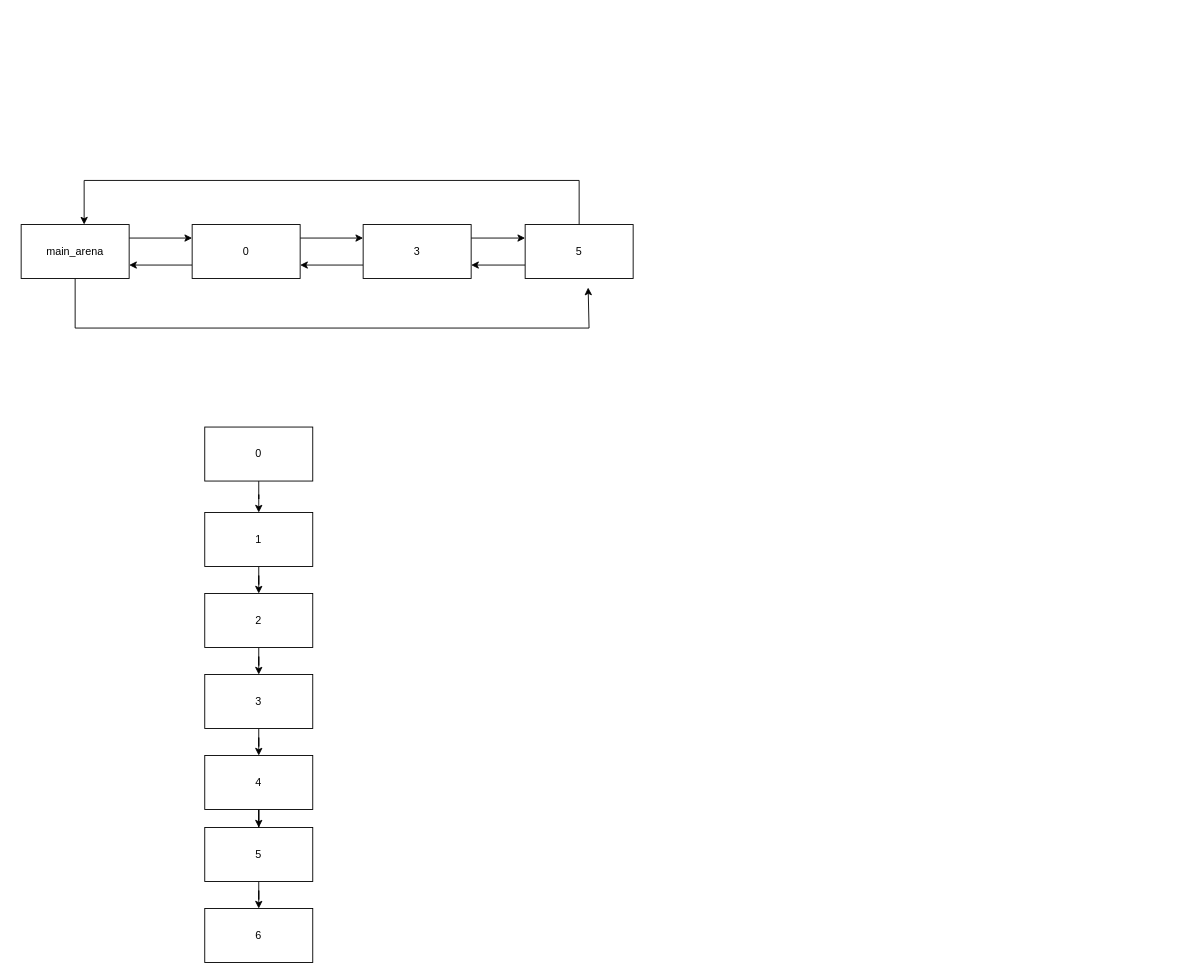
The draw.io diagram page "第 1 页" (1 of 2) of 未命名绘图.drawio in ch0en3/class-ring, before the edit. Source tidied: cells renumbered, new cells numbered last; positions are measured from the earlier drawing's top-left corner, leaving out a move shared by most shapes. Both pictures are drawn from the tidied source at 90%, with x=0, y=0 at pixel (21, 180).
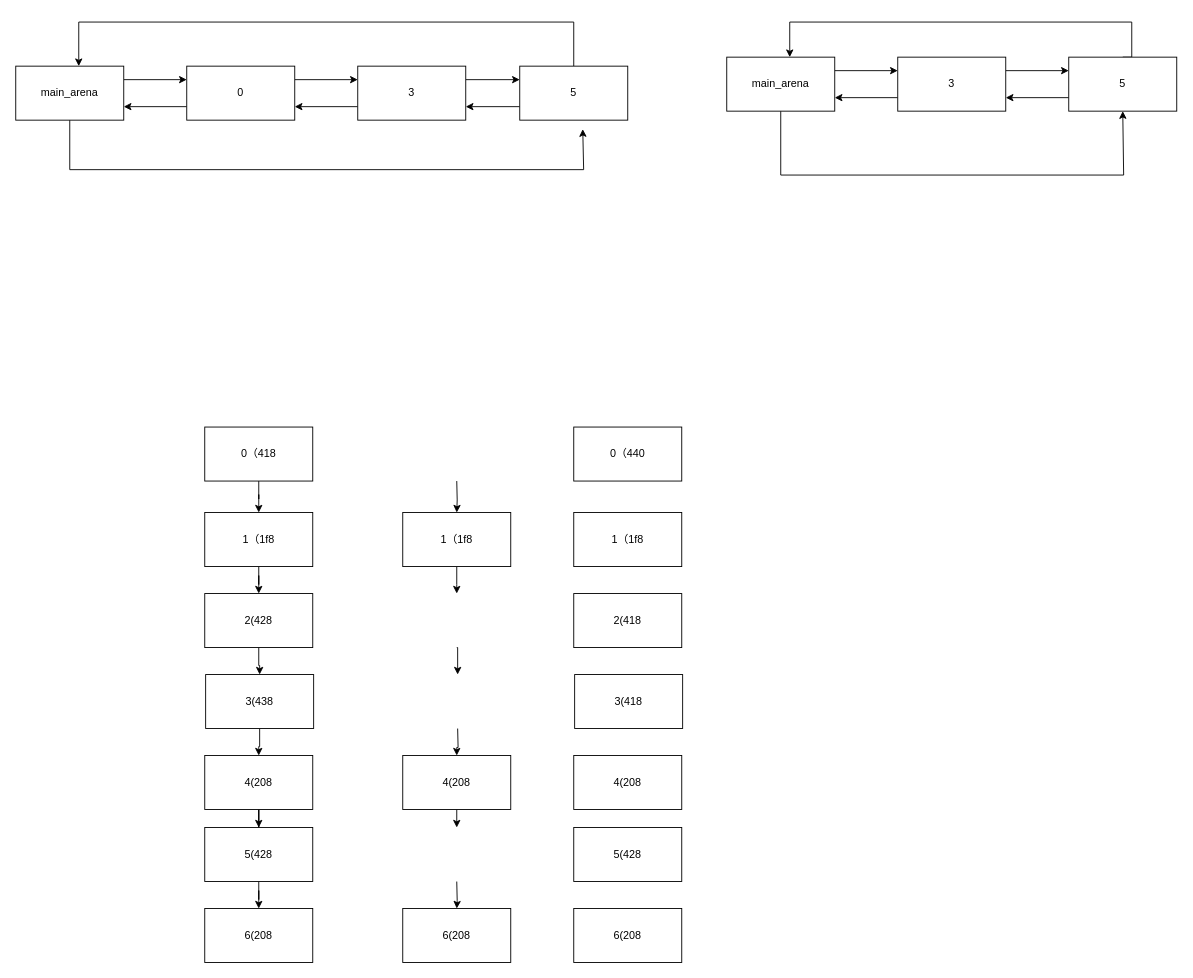
After the change.

Commit message:
更新未命名绘图.drawio

Diff of the diagram source:
```diff
@@
     <mxCell id="3" style="edgeStyle=orthogonalEdgeStyle;rounded=0;jettySize=auto;html=1;exitX=0.5;exitY=0;exitDx=0;exitDy=0;" parent="1" edge="1" source="4" target="13">
       <mxGeometry relative="1" as="geometry">
         <Array as="points">
-          <mxPoint x="620" />
-          <mxPoint x="70" />
+          <mxPoint x="614" y="-176" />
+          <mxPoint x="64" y="-176" />
         </Array>
       </mxGeometry>
     </mxCell>
     <mxCell id="4" value="5" style="rounded=0;whiteSpace=wrap;html=1;" parent="1" vertex="1">
-      <mxGeometry x="560" y="49" width="120" height="60" as="geometry" />
+      <mxGeometry x="554" y="-127" width="120" height="60" as="geometry" />
     </mxCell>
@@
     <mxCell id="7" value="3" style="rounded=0;whiteSpace=wrap;html=1;" parent="1" vertex="1">
-      <mxGeometry x="380" y="49" width="120" height="60" as="geometry" />
+      <mxGeometry x="374" y="-127" width="120" height="60" as="geometry" />
     </mxCell>
@@
     <mxCell id="10" value="0" style="rounded=0;whiteSpace=wrap;html=1;" parent="1" vertex="1">
-      <mxGeometry x="190" y="49" width="120" height="60" as="geometry" />
+      <mxGeometry x="184" y="-127" width="120" height="60" as="geometry" />
     </mxCell>
@@
     <mxCell id="12" style="edgeStyle=orthogonalEdgeStyle;rounded=0;jettySize=auto;html=1;exitX=0.5;exitY=1;exitDx=0;exitDy=0;" parent="1" edge="1" source="13">
       <mxGeometry relative="1" as="geometry">
-        <mxPoint x="630" y="119" as="targetPoint" />
+        <mxPoint x="624" y="-57" as="targetPoint" />
         <Array as="points">
-          <mxPoint x="60" y="164" />
-          <mxPoint x="631" y="164" />
+          <mxPoint x="54" y="-12" />
+          <mxPoint x="625" y="-12" />
         </Array>
       </mxGeometry>
     </mxCell>
     <mxCell id="13" value="main_arena" style="rounded=0;whiteSpace=wrap;html=1;" parent="1" vertex="1">
-      <mxGeometry y="49" width="120" height="60" as="geometry" />
+      <mxGeometry x="-6" y="-127" width="120" height="60" as="geometry" />
     </mxCell>
@@
-    <mxCell id="15" value="0" style="rounded=0;whiteSpace=wrap;html=1;" parent="1" vertex="1">
+    <mxCell id="15" value="0（418" style="rounded=0;whiteSpace=wrap;html=1;" parent="1" vertex="1">
       <mxGeometry x="204" y="274" width="120" height="60" as="geometry" />
     </mxCell>
@@
-    <mxCell id="17" value="1" style="rounded=0;whiteSpace=wrap;html=1;" parent="1" vertex="1">
+    <mxCell id="17" value="1（1f8" style="rounded=0;whiteSpace=wrap;html=1;" parent="1" vertex="1">
       <mxGeometry x="204" y="369" width="120" height="60" as="geometry" />
     </mxCell>
@@
-    <mxCell id="19" value="2" style="rounded=0;whiteSpace=wrap;html=1;" parent="1" vertex="1">
+    <mxCell id="19" value="2(428" style="rounded=0;whiteSpace=wrap;html=1;" parent="1" vertex="1">
       <mxGeometry x="204" y="459" width="120" height="60" as="geometry" />
     </mxCell>
@@
-    <mxCell id="21" value="3" style="rounded=0;whiteSpace=wrap;html=1;" parent="1" vertex="1">
-      <mxGeometry x="204" y="549" width="120" height="60" as="geometry" />
+    <mxCell id="21" value="3(438" style="rounded=0;whiteSpace=wrap;html=1;" parent="1" vertex="1">
+      <mxGeometry x="205" y="549" width="120" height="60" as="geometry" />
     </mxCell>
@@
-    <mxCell id="23" value="4" style="rounded=0;whiteSpace=wrap;html=1;" parent="1" vertex="1">
+    <mxCell id="23" value="4(208" style="rounded=0;whiteSpace=wrap;html=1;" parent="1" vertex="1">
       <mxGeometry x="204" y="639" width="120" height="60" as="geometry" />
     </mxCell>
@@
-    <mxCell id="25" value="5" style="rounded=0;whiteSpace=wrap;html=1;" parent="1" vertex="1">
+    <mxCell id="25" value="5(428" style="rounded=0;whiteSpace=wrap;html=1;" parent="1" vertex="1">
       <mxGeometry x="204" y="719" width="120" height="60" as="geometry" />
     </mxCell>
-    <mxCell id="26" value="6" style="rounded=0;whiteSpace=wrap;html=1;" parent="1" vertex="1">
+    <mxCell id="26" value="6(208" style="rounded=0;whiteSpace=wrap;html=1;" parent="1" vertex="1">
       <mxGeometry x="204" y="809" width="120" height="60" as="geometry" />
     </mxCell>
+    <mxCell id="27" style="edgeStyle=orthogonalEdgeStyle;rounded=0;jettySize=auto;html=1;exitX=0.5;exitY=1;exitDx=0;exitDy=0;" parent="1" edge="1" target="29">
+      <mxGeometry relative="1" as="geometry">
+        <mxPoint x="484" y="334" as="sourcePoint" />
+      </mxGeometry>
+    </mxCell>
+    <mxCell id="28" style="edgeStyle=orthogonalEdgeStyle;rounded=0;jettySize=auto;html=1;entryX=0.5;entryY=0;entryDx=0;entryDy=0;" parent="1" edge="1" source="29">
+      <mxGeometry relative="1" as="geometry">
+        <mxPoint x="484" y="459" as="targetPoint" />
+      </mxGeometry>
+    </mxCell>
+    <mxCell id="29" value="1（1f8" style="rounded=0;whiteSpace=wrap;html=1;" parent="1" vertex="1">
+      <mxGeometry x="424" y="369" width="120" height="60" as="geometry" />
+    </mxCell>
+    <mxCell id="30" style="edgeStyle=orthogonalEdgeStyle;rounded=0;orthogonalLoop=1;jettySize=auto;html=1;exitX=0.5;exitY=1;exitDx=0;exitDy=0;" parent="1" edge="1">
+      <mxGeometry relative="1" as="geometry">
+        <mxPoint x="484" y="519" as="sourcePoint" />
+        <mxPoint x="485" y="549" as="targetPoint" />
+      </mxGeometry>
+    </mxCell>
+    <mxCell id="31" style="edgeStyle=orthogonalEdgeStyle;rounded=0;jettySize=auto;html=1;" parent="1" edge="1" target="33">
+      <mxGeometry relative="1" as="geometry">
+        <mxPoint x="485" y="609" as="sourcePoint" />
+      </mxGeometry>
+    </mxCell>
+    <mxCell id="32" style="edgeStyle=orthogonalEdgeStyle;rounded=0;jettySize=auto;html=1;exitX=0.5;exitY=1;exitDx=0;exitDy=0;" parent="1" edge="1" source="33">
+      <mxGeometry relative="1" as="geometry">
+        <mxPoint x="484" y="719" as="targetPoint" />
+      </mxGeometry>
+    </mxCell>
+    <mxCell id="33" value="4(208" style="rounded=0;whiteSpace=wrap;html=1;" parent="1" vertex="1">
+      <mxGeometry x="424" y="639" width="120" height="60" as="geometry" />
+    </mxCell>
+    <mxCell id="34" style="edgeStyle=orthogonalEdgeStyle;rounded=0;jettySize=auto;html=1;" parent="1" edge="1" target="35">
+      <mxGeometry relative="1" as="geometry">
+        <mxPoint x="484" y="779" as="sourcePoint" />
+      </mxGeometry>
+    </mxCell>
+    <mxCell id="35" value="6(208" style="rounded=0;whiteSpace=wrap;html=1;" parent="1" vertex="1">
+      <mxGeometry x="424" y="809" width="120" height="60" as="geometry" />
+    </mxCell>
+    <mxCell id="36" value="0（440" style="rounded=0;whiteSpace=wrap;html=1;" parent="1" vertex="1">
+      <mxGeometry x="614" y="274" width="120" height="60" as="geometry" />
+    </mxCell>
+    <mxCell id="37" value="1（1f8" style="rounded=0;whiteSpace=wrap;html=1;" parent="1" vertex="1">
+      <mxGeometry x="614" y="369" width="120" height="60" as="geometry" />
+    </mxCell>
+    <mxCell id="38" value="2(418" style="rounded=0;whiteSpace=wrap;html=1;" parent="1" vertex="1">
+      <mxGeometry x="614" y="459" width="120" height="60" as="geometry" />
+    </mxCell>
+    <mxCell id="39" value="3(418" style="rounded=0;whiteSpace=wrap;html=1;" parent="1" vertex="1">
+      <mxGeometry x="615" y="549" width="120" height="60" as="geometry" />
+    </mxCell>
+    <mxCell id="40" value="4(208" style="rounded=0;whiteSpace=wrap;html=1;" parent="1" vertex="1">
+      <mxGeometry x="614" y="639" width="120" height="60" as="geometry" />
+    </mxCell>
+    <mxCell id="41" value="5(428" style="rounded=0;whiteSpace=wrap;html=1;" parent="1" vertex="1">
+      <mxGeometry x="614" y="719" width="120" height="60" as="geometry" />
+    </mxCell>
+    <mxCell id="42" value="6(208" style="rounded=0;whiteSpace=wrap;html=1;" parent="1" vertex="1">
+      <mxGeometry x="614" y="809" width="120" height="60" as="geometry" />
+    </mxCell>
+    <mxCell id="43" style="edgeStyle=orthogonalEdgeStyle;rounded=0;jettySize=auto;html=1;exitX=0.5;exitY=0;exitDx=0;exitDy=0;" parent="1" edge="1" source="45" target="51">
+      <mxGeometry relative="1" as="geometry">
+        <Array as="points">
+          <mxPoint x="1234" y="-137" />
+          <mxPoint x="1234" y="-176" />
+          <mxPoint x="854" y="-176" />
+        </Array>
+      </mxGeometry>
+    </mxCell>
+    <mxCell id="44" style="edgeStyle=orthogonalEdgeStyle;rounded=0;jettySize=auto;html=1;exitX=0;exitY=0.75;exitDx=0;exitDy=0;entryX=1;entryY=0.75;entryDx=0;entryDy=0;" parent="1" edge="1" source="45" target="48">
+      <mxGeometry relative="1" as="geometry" />
+    </mxCell>
+    <mxCell id="45" value="5" style="rounded=0;whiteSpace=wrap;html=1;" parent="1" vertex="1">
+      <mxGeometry x="1164" y="-137" width="120" height="60" as="geometry" />
+    </mxCell>
+    <mxCell id="46" style="edgeStyle=orthogonalEdgeStyle;rounded=0;jettySize=auto;html=1;exitX=0;exitY=0.75;exitDx=0;exitDy=0;entryX=1;entryY=0.75;entryDx=0;entryDy=0;" parent="1" edge="1" source="48" target="51">
+      <mxGeometry relative="1" as="geometry" />
+    </mxCell>
+    <mxCell id="47" style="edgeStyle=orthogonalEdgeStyle;rounded=0;jettySize=auto;html=1;exitX=1;exitY=0.25;exitDx=0;exitDy=0;entryX=0;entryY=0.25;entryDx=0;entryDy=0;" parent="1" edge="1" source="48" target="45">
+      <mxGeometry relative="1" as="geometry" />
+    </mxCell>
+    <mxCell id="48" value="3" style="rounded=0;whiteSpace=wrap;html=1;" parent="1" vertex="1">
+      <mxGeometry x="974" y="-137" width="120" height="60" as="geometry" />
+    </mxCell>
+    <mxCell id="49" style="edgeStyle=orthogonalEdgeStyle;rounded=0;jettySize=auto;html=1;exitX=1;exitY=0.25;exitDx=0;exitDy=0;entryX=0;entryY=0.25;entryDx=0;entryDy=0;" parent="1" edge="1" source="51" target="48">
+      <mxGeometry relative="1" as="geometry" />
+    </mxCell>
+    <mxCell id="50" style="edgeStyle=orthogonalEdgeStyle;rounded=0;jettySize=auto;html=1;exitX=0.5;exitY=1;exitDx=0;exitDy=0;entryX=0.5;entryY=1;entryDx=0;entryDy=0;" parent="1" edge="1" source="51" target="45">
+      <mxGeometry relative="1" as="geometry">
+        <Array as="points">
+          <mxPoint x="844" y="-6" />
+          <mxPoint x="1225" y="-6" />
+        </Array>
+      </mxGeometry>
+    </mxCell>
+    <mxCell id="51" value="main_arena" style="rounded=0;whiteSpace=wrap;html=1;" parent="1" vertex="1">
+      <mxGeometry x="784" y="-137" width="120" height="60" as="geometry" />
+    </mxCell>
```
